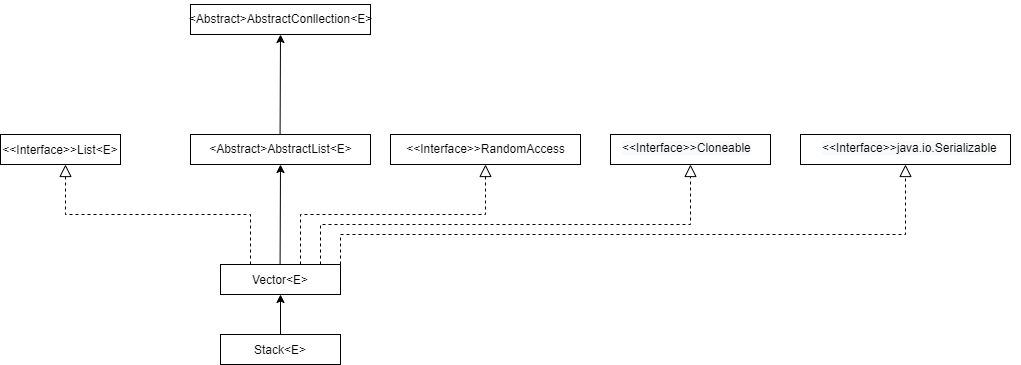
Earlier version of the draw.io export Stack关系图.png (jsdsfy/flowchart-warehouse). Source tidied: cells renumbered, new cells last; positions are measured from the earlier drawing's top-left corner, leaving out a move shared by most shapes.
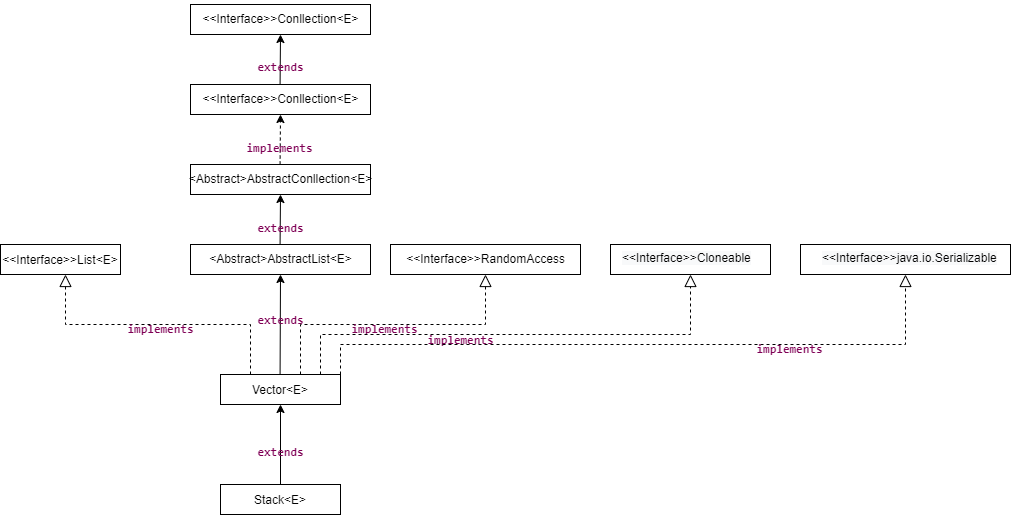
Later version of the same file.

Commit message:
更新Stack关系图.png

What changed in the source:
```diff
@@ -3,13 +3,8 @@
     <mxCell id="0" />
     <mxCell id="1" parent="0" />
     <mxCell id="2" value="Stack&amp;lt;E&amp;gt;" style="rounded=0;whiteSpace=wrap;html=1;" parent="1" vertex="1">
-      <mxGeometry x="220" y="330" width="120" height="30" as="geometry" />
+      <mxGeometry x="220" y="370" width="120" height="30" as="geometry" />
     </mxCell>
-    <mxCell id="3" style="endArrow=classic;html=1;exitX=0.5;exitY=0;exitDx=0;exitDy=0;" parent="1" edge="1" source="2">
-      <mxGeometry relative="1" as="geometry">
-        <mxPoint x="280" y="290" as="targetPoint" />
-      </mxGeometry>
-    </mxCell>
     <mxCell id="4" value="Vector&amp;lt;E&amp;gt;" style="rounded=0;whiteSpace=wrap;html=1;" parent="1" vertex="1">
       <mxGeometry x="220" y="260" width="120" height="30" as="geometry" />
     </mxCell>
@@ -33,16 +28,27 @@
         <mxPoint x="279.6" y="260" as="sourcePoint" />
       </mxGeometry>
     </mxCell>
+    <mxCell id="22" value="&lt;pre style=&quot;font-size: 24px ; font-weight: 700 ; font-family: &amp;quot;consolas&amp;quot;&quot;&gt;&lt;span style=&quot;color: rgb(127 , 0 , 85)&quot;&gt;&lt;font style=&quot;font-size: 11px&quot;&gt;extends&lt;/font&gt;&lt;/span&gt;&lt;/pre&gt;" style="edgeLabel;html=1;align=center;verticalAlign=middle;labelBackgroundColor=none;" parent="10" vertex="1">
+      <mxGeometry x="0.19" relative="1" as="geometry" />
+    </mxCell>
     <mxCell id="11" style="endArrow=block;endSize=10;endFill=0;shadow=0;strokeWidth=1;rounded=0;edgeStyle=elbowEdgeStyle;elbow=vertical;exitX=0.25;exitY=0;exitDx=0;exitDy=0;dashed=1;" parent="1" edge="1" source="4">
       <mxGeometry relative="1" as="geometry">
         <mxPoint x="65" y="160" as="targetPoint" />
       </mxGeometry>
     </mxCell>
+    <mxCell id="23" value="&lt;pre style=&quot;font-size: 24px ; font-weight: 700 ; font-family: &amp;quot;consolas&amp;quot;&quot;&gt;&lt;span style=&quot;color: rgb(127 , 0 , 85)&quot;&gt;&lt;font style=&quot;font-size: 11px&quot;&gt;implements&lt;/font&gt;&lt;/span&gt;&lt;/pre&gt;" style="edgeLabel;html=1;align=center;verticalAlign=middle;labelBackgroundColor=none;" parent="11" vertex="1">
+      <mxGeometry x="0.05" relative="1" as="geometry">
+        <mxPoint x="9" as="offset" />
+      </mxGeometry>
+    </mxCell>
     <mxCell id="12" style="endArrow=block;endSize=10;endFill=0;shadow=0;strokeWidth=1;rounded=0;edgeStyle=elbowEdgeStyle;elbow=vertical;entryX=0.5;entryY=1;entryDx=0;entryDy=0;dashed=1;" parent="1" edge="1" target="7">
       <mxGeometry relative="1" as="geometry">
         <mxPoint x="300" y="260" as="sourcePoint" />
       </mxGeometry>
     </mxCell>
+    <mxCell id="24" value="&lt;pre style=&quot;font-size: 24px ; font-weight: 700 ; font-family: &amp;quot;consolas&amp;quot;&quot;&gt;&lt;span style=&quot;color: rgb(127 , 0 , 85)&quot;&gt;&lt;font style=&quot;font-size: 11px&quot;&gt;implements&lt;/font&gt;&lt;/span&gt;&lt;/pre&gt;" style="edgeLabel;html=1;align=center;verticalAlign=middle;labelBackgroundColor=none;" parent="12" vertex="1">
+      <mxGeometry x="-0.06" relative="1" as="geometry" />
+    </mxCell>
     <mxCell id="13" style="endArrow=block;endSize=10;endFill=0;shadow=0;strokeWidth=1;rounded=0;edgeStyle=elbowEdgeStyle;elbow=vertical;entryX=0.5;entryY=1;entryDx=0;entryDy=0;dashed=1;" parent="1" edge="1" target="8">
       <mxGeometry relative="1" as="geometry">
         <mxPoint x="320" y="260" as="sourcePoint" />
@@ -51,6 +57,9 @@
         </Array>
       </mxGeometry>
     </mxCell>
+    <mxCell id="25" value="&lt;pre style=&quot;font-size: 24px ; font-weight: 700 ; font-family: &amp;quot;consolas&amp;quot;&quot;&gt;&lt;span style=&quot;color: rgb(127 , 0 , 85)&quot;&gt;&lt;font style=&quot;font-size: 11px&quot;&gt;implements&lt;/font&gt;&lt;/span&gt;&lt;/pre&gt;" style="edgeLabel;html=1;align=center;verticalAlign=middle;labelBackgroundColor=none;" parent="13" vertex="1">
+      <mxGeometry x="-0.24" y="-1" relative="1" as="geometry" />
+    </mxCell>
     <mxCell id="14" style="endArrow=block;endSize=10;endFill=0;shadow=0;strokeWidth=1;rounded=0;edgeStyle=elbowEdgeStyle;elbow=vertical;entryX=0.5;entryY=1;entryDx=0;entryDy=0;exitX=1;exitY=0;exitDx=0;exitDy=0;dashed=1;" parent="1" edge="1" source="4" target="9">
       <mxGeometry relative="1" as="geometry">
         <Array as="points">
@@ -58,6 +67,9 @@
         </Array>
       </mxGeometry>
     </mxCell>
+    <mxCell id="26" value="&lt;pre style=&quot;font-size: 24px ; font-weight: 700 ; font-family: &amp;quot;consolas&amp;quot;&quot;&gt;&lt;span style=&quot;color: rgb(127 , 0 , 85)&quot;&gt;&lt;font style=&quot;font-size: 11px&quot;&gt;implements&lt;/font&gt;&lt;/span&gt;&lt;/pre&gt;" style="edgeLabel;html=1;align=center;verticalAlign=middle;labelBackgroundColor=none;" parent="14" vertex="1">
+      <mxGeometry x="0.44" relative="1" as="geometry" />
+    </mxCell>
     <mxCell id="15" value="&lt;span style=&quot;font-size: 12px ; font-weight: 400&quot;&gt;&amp;lt;Abstract&amp;gt;Abstract&lt;/span&gt;&lt;span style=&quot;font-size: 12px ; font-weight: 400&quot;&gt;List&amp;lt;E&amp;gt;&lt;/span&gt;" style="text;strokeColor=none;fillColor=none;html=1;fontSize=24;fontStyle=1;verticalAlign=middle;align=center;" parent="1" vertex="1">
       <mxGeometry x="200" y="130" width="160" height="20" as="geometry" />
     </mxCell>
@@ -71,16 +83,55 @@
       <mxGeometry x="820" y="130" width="200" height="30" as="geometry" />
     </mxCell>
     <mxCell id="19" style="rounded=0;whiteSpace=wrap;html=1;" parent="1" vertex="1">
-      <mxGeometry x="190" width="180" height="30" as="geometry" />
+      <mxGeometry x="190" y="50" width="180" height="30" as="geometry" />
     </mxCell>
     <mxCell id="20" value="&lt;span style=&quot;font-size: 12px ; font-weight: 400&quot;&gt;&amp;lt;Abstract&amp;gt;AbstractConllection&lt;/span&gt;&lt;span style=&quot;font-size: 12px ; font-weight: 400&quot;&gt;&amp;lt;E&amp;gt;&lt;/span&gt;" style="text;strokeColor=none;fillColor=none;html=1;fontSize=24;fontStyle=1;verticalAlign=middle;align=center;" parent="1" vertex="1">
-      <mxGeometry x="200" width="160" height="20" as="geometry" />
+      <mxGeometry x="200" y="50" width="160" height="20" as="geometry" />
     </mxCell>
-    <mxCell id="21" style="endArrow=classic;html=1;exitX=0.5;exitY=0;exitDx=0;exitDy=0;entryX=0.5;entryY=1;entryDx=0;entryDy=0;" parent="1" edge="1">
+    <mxCell id="21" style="endArrow=classic;html=1;exitX=0.5;exitY=0;exitDx=0;exitDy=0;" parent="1" edge="1">
       <mxGeometry relative="1" as="geometry">
         <mxPoint x="279.6" y="130" as="sourcePoint" />
-        <mxPoint x="280" y="30" as="targetPoint" />
+        <mxPoint x="280" y="80" as="targetPoint" />
       </mxGeometry>
     </mxCell>
+    <mxCell id="27" value="&lt;pre style=&quot;font-size: 24px ; font-weight: 700 ; font-family: &amp;quot;consolas&amp;quot;&quot;&gt;&lt;span style=&quot;color: rgb(127 , 0 , 85)&quot;&gt;&lt;font style=&quot;font-size: 11px&quot;&gt;extends&lt;/font&gt;&lt;/span&gt;&lt;/pre&gt;" style="edgeLabel;html=1;align=center;verticalAlign=middle;labelBackgroundColor=none;" parent="21" vertex="1">
+      <mxGeometry x="-0.14" relative="1" as="geometry" />
+    </mxCell>
+    <mxCell id="28" style="endArrow=classic;html=1;exitX=0.5;exitY=0;exitDx=0;exitDy=0;dashed=1;" parent="1" edge="1">
+      <mxGeometry relative="1" as="geometry">
+        <mxPoint x="279.6" y="50" as="sourcePoint" />
+        <mxPoint x="280" as="targetPoint" />
+      </mxGeometry>
+    </mxCell>
+    <mxCell id="29" value="&lt;pre style=&quot;font-size: 24px; font-weight: 700; font-family: consolas;&quot;&gt;&lt;span style=&quot;color: rgb(127 , 0 , 85)&quot;&gt;&lt;font style=&quot;font-size: 11px&quot;&gt;implements&lt;/font&gt;&lt;/span&gt;&lt;/pre&gt;" style="edgeLabel;html=1;align=center;verticalAlign=middle;labelBackgroundColor=none;" parent="28" vertex="1">
+      <mxGeometry x="-0.14" y="1" relative="1" as="geometry" />
+    </mxCell>
+    <mxCell id="30" style="rounded=0;whiteSpace=wrap;html=1;" parent="1" vertex="1">
+      <mxGeometry x="190" y="-30" width="180" height="30" as="geometry" />
+    </mxCell>
+    <mxCell id="31" value="&lt;span style=&quot;font-size: 12px ; font-weight: 400&quot;&gt;&amp;lt;&amp;lt;Interface&amp;gt;&amp;gt;&lt;/span&gt;&lt;span style=&quot;font-size: 12px ; font-weight: 400&quot;&gt;Conllection&lt;/span&gt;&lt;span style=&quot;font-size: 12px ; font-weight: 400&quot;&gt;&amp;lt;E&amp;gt;&lt;/span&gt;" style="text;strokeColor=none;fillColor=none;html=1;fontSize=24;fontStyle=1;verticalAlign=middle;align=center;" parent="1" vertex="1">
+      <mxGeometry x="200" y="-30" width="160" height="20" as="geometry" />
+    </mxCell>
+    <mxCell id="32" style="endArrow=classic;html=1;exitX=0.5;exitY=0;exitDx=0;exitDy=0;" parent="1" edge="1">
+      <mxGeometry relative="1" as="geometry">
+        <mxPoint x="279.6" y="-30" as="sourcePoint" />
+        <mxPoint x="280" y="-80" as="targetPoint" />
+      </mxGeometry>
+    </mxCell>
+    <mxCell id="33" value="&lt;pre style=&quot;font-size: 24px ; font-weight: 700 ; font-family: &amp;quot;consolas&amp;quot;&quot;&gt;&lt;span style=&quot;color: rgb(127 , 0 , 85)&quot;&gt;&lt;font style=&quot;font-size: 11px&quot;&gt;extends&lt;/font&gt;&lt;/span&gt;&lt;/pre&gt;" style="edgeLabel;html=1;align=center;verticalAlign=middle;labelBackgroundColor=none;" parent="32" vertex="1">
+      <mxGeometry x="-0.08" relative="1" as="geometry" />
+    </mxCell>
+    <mxCell id="34" style="rounded=0;whiteSpace=wrap;html=1;" parent="1" vertex="1">
+      <mxGeometry x="190" y="-110" width="180" height="30" as="geometry" />
+    </mxCell>
+    <mxCell id="35" value="&lt;span style=&quot;font-size: 12px ; font-weight: 400&quot;&gt;&amp;lt;&amp;lt;Interface&amp;gt;&amp;gt;&lt;/span&gt;&lt;span style=&quot;font-size: 12px ; font-weight: 400&quot;&gt;Conllection&lt;/span&gt;&lt;span style=&quot;font-size: 12px ; font-weight: 400&quot;&gt;&amp;lt;E&amp;gt;&lt;/span&gt;" style="text;strokeColor=none;fillColor=none;html=1;fontSize=24;fontStyle=1;verticalAlign=middle;align=center;" parent="1" vertex="1">
+      <mxGeometry x="200" y="-110" width="160" height="20" as="geometry" />
+    </mxCell>
+    <mxCell id="36" style="endArrow=classic;html=1;exitX=0.5;exitY=0;exitDx=0;exitDy=0;entryX=0.5;entryY=1;entryDx=0;entryDy=0;" parent="1" edge="1" source="2" target="4">
+      <mxGeometry relative="1" as="geometry" />
+    </mxCell>
+    <mxCell id="37" value="&lt;pre style=&quot;font-size: 24px ; font-weight: 700 ; font-family: &amp;quot;consolas&amp;quot;&quot;&gt;&lt;span style=&quot;color: rgb(127 , 0 , 85)&quot;&gt;&lt;font style=&quot;font-size: 11px&quot;&gt;extends&lt;/font&gt;&lt;/span&gt;&lt;/pre&gt;" style="edgeLabel;html=1;align=center;verticalAlign=middle;labelBackgroundColor=none;" parent="36" vertex="1">
+      <mxGeometry x="-0.07" relative="1" as="geometry" />
+    </mxCell>
   </root>
 </mxGraphModel>
```
